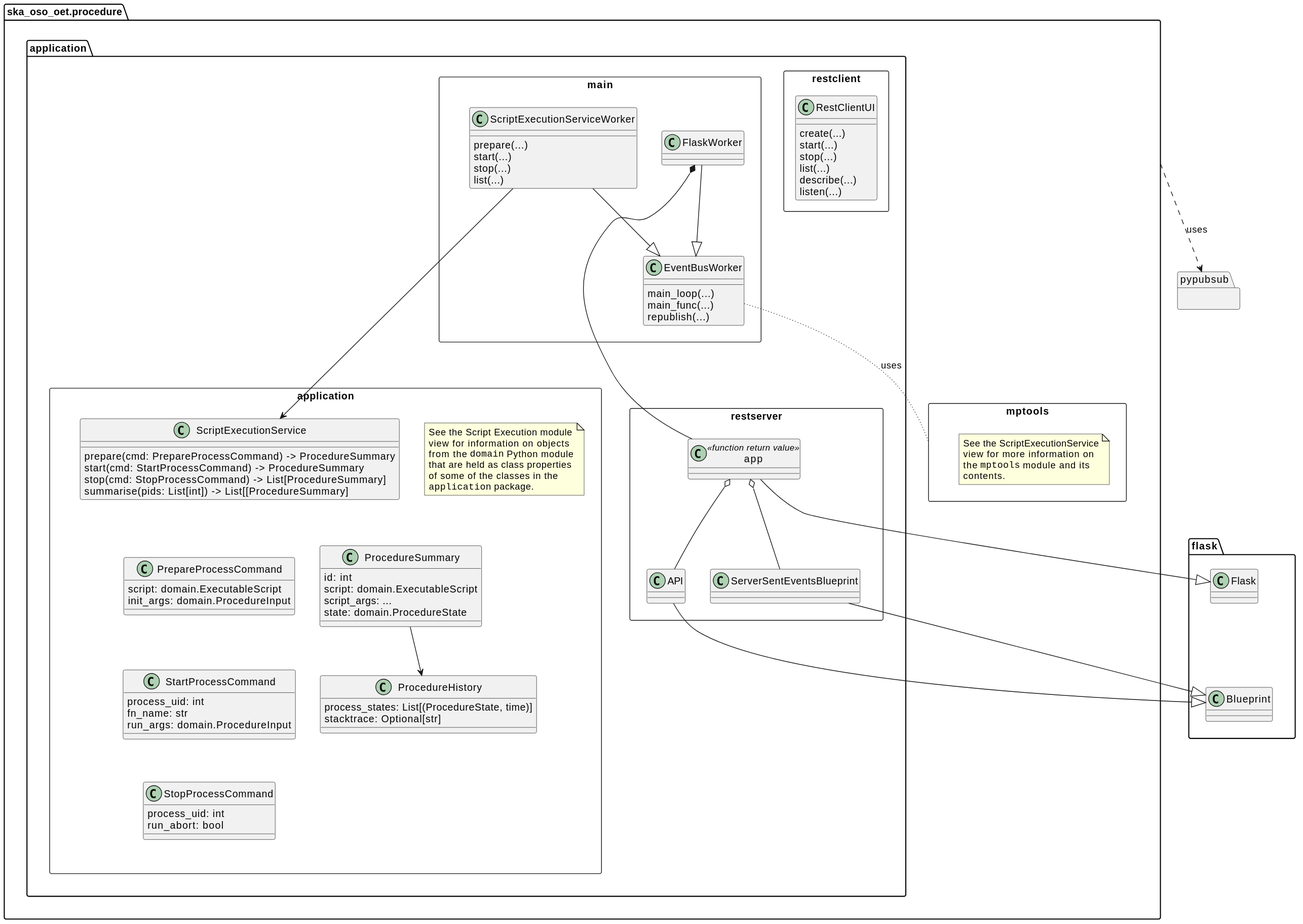
This is docs/src/diagrams/export/backend_module_ui_primary_script_exec.svg from ska-telescope/observation-execution-tool, a PlantUML export, as it was before one commit.
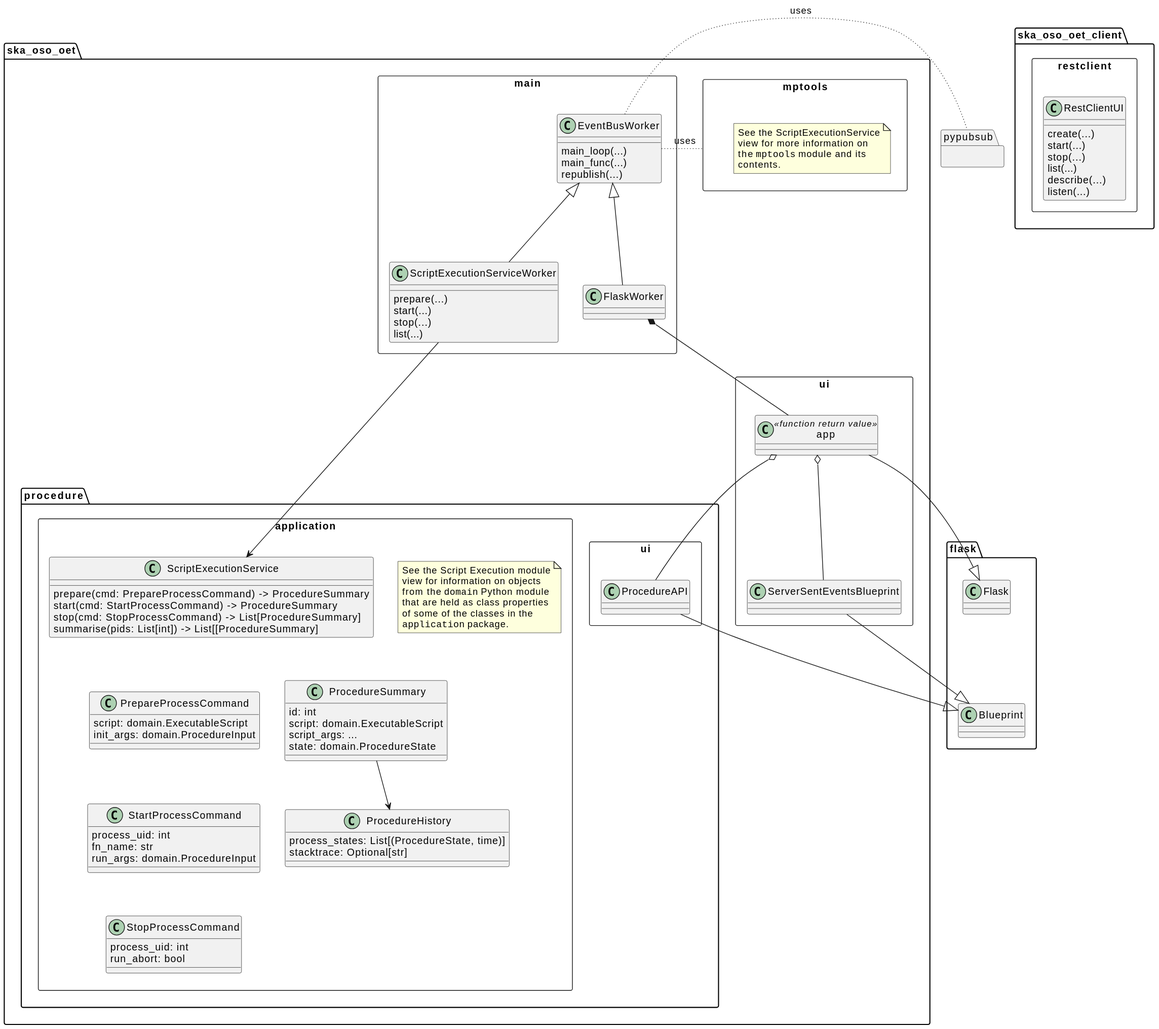
Above is the later version.

What changed in the source:
```diff
@@ -1,6 +1,19 @@
 @startuml
 
-package ska_oso_oet.procedure {
+package ska_oso_oet_client {
+    package restclient <<Rectangle>> {
+        class RestClientUI {
+            create(...)
+            start(...)
+            stop(...)
+            list(...)
+            describe(...)
+            listen(...)
+        }
+    }
+}
+
+package ska_oso_oet {
 
     package mptools <<Rectangle>> {
         note as mptools_note
@@ -11,53 +24,46 @@
         end note
     }
 
-    package application as application_pkg {
-
-        package restclient <<Rectangle>> {
-            class RestClientUI {
-                create(...)
-                start(...)
-                stop(...)
-                list(...)
-                describe(...)
-                listen(...)
-            }
+    package main <<Rectangle>> {
+        class ScriptExecutionServiceWorker {
+            prepare(...)
+            start(...)
+            stop(...)
+            list(...)
         }
 
-        package main <<Rectangle>> {
-            class ScriptExecutionServiceWorker {
-                prepare(...)
-                start(...)
-                stop(...)
-                list(...)
-            }
+        class FlaskWorker
 
-            class FlaskWorker {
-            }
-
-            class EventBusWorker {
-                main_loop(...)
-                main_func(...)
-                republish(...)
-            }
-
-            ScriptExecutionServiceWorker --|> EventBusWorker
-            FlaskWorker --|> EventBusWorker
+        class EventBusWorker {
+            main_loop(...)
+            main_func(...)
+            republish(...)
         }
 
-        package restserver <<Rectangle>> {
-            class app <<function return value>> {
-            }
+        ScriptExecutionServiceWorker -up-|> EventBusWorker
+        FlaskWorker -up-|> EventBusWorker
+        EventBusWorker -right[dotted]- mptools: uses
+        EventBusWorker -right[dotted]- pypubsub: uses
+    }
 
-            class API
-
-            class ServerSentEventsBlueprint
-
-            app o-- API
-            app o-- ServerSentEventsBlueprint
+    package ui <<Rectangle>> {
+        class app <<function return value>> {
         }
 
+        class ServerSentEventsBlueprint
+
+        app o-- ServerSentEventsBlueprint
+    }
+
+    package procedure {
+
+        package ui as procedure_ui <<Rectangle>> {
+            class ProcedureAPI
+        }
+        app o-- ProcedureAPI
+
         package application <<Rectangle>> {
+
             note as N1
             See the Script Execution module
             view for information on objects
@@ -109,9 +115,10 @@
         }
         FlaskWorker *-- app
         ScriptExecutionServiceWorker --> ScriptExecutionService
+    }
 
-    }
 }
+
 
 package flask {
     class Flask
@@ -121,20 +128,13 @@
 }
 
 app -|> Flask
-API -|> Blueprint
+ProcedureAPI -|> Blueprint
 ServerSentEventsBlueprint --|> Blueprint
 
 package pypubsub {
 }
-ska_oso_oet.procedure -[dashed]-> pypubsub: uses
 
-main -down[hidden]--> application
-restserver -left[hidden]--> application
-restserver -right[hidden]--> flask
-FlaskWorker -down[hidden]--> restserver
 ScriptExecutionService -down[hidden]- ProcedureSummary
 ScriptExecutionService -down[hidden]- PrepareProcessCommand
 PrepareProcessCommand -right[hidden]- ProcedureSummary
-EventBusWorker -[dotted]- mptools: uses
-
 @enduml
```
